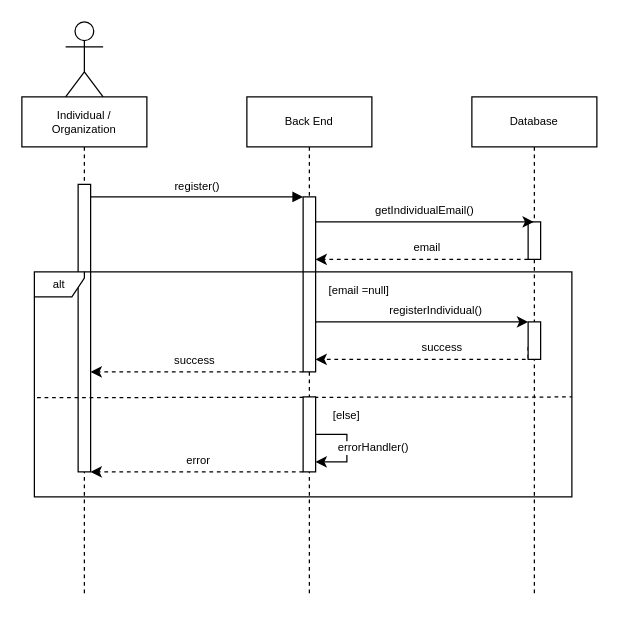
Earlier version of the draw.io diagram page "Register Account" (1 of 11) of diagram/Untitled Diagram.drawio (SeeN-Zero/foundlunteer-diagram). Source tidied: cells renumbered, new cells numbered last; positions are measured from the earlier drawing's top-left corner, leaving out a move shared by most shapes. Both pictures are drawn from the tidied source at 125%, with x=0, y=0 at pixel (21, 21).
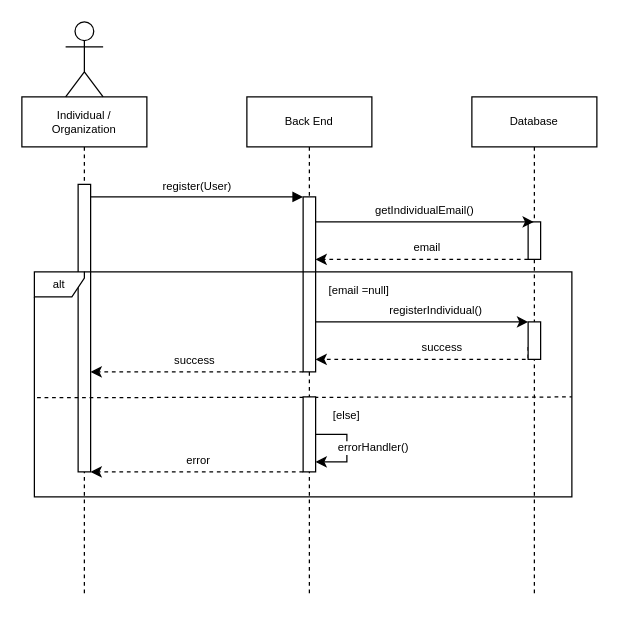
After the change.

Unchanged cells that the change refers to:
```xml
<mxCell id="3" style="html=1;points=[];perimeter=orthogonalPerimeter;outlineConnect=0;targetShapes=umlLifeline;portConstraint=eastwest;newEdgeStyle={&quot;edgeStyle&quot;:&quot;elbowEdgeStyle&quot;,&quot;elbow&quot;:&quot;vertical&quot;,&quot;curved&quot;:0,&quot;rounded&quot;:0};fontSize=9;" parent="2" vertex="1">
  <mxGeometry x="45" y="70" width="10" height="230" as="geometry" />
</mxCell>
<mxCell id="5" style="html=1;points=[];perimeter=orthogonalPerimeter;outlineConnect=0;targetShapes=umlLifeline;portConstraint=eastwest;newEdgeStyle={&quot;edgeStyle&quot;:&quot;elbowEdgeStyle&quot;,&quot;elbow&quot;:&quot;vertical&quot;,&quot;curved&quot;:0,&quot;rounded&quot;:0};fontSize=9;" parent="4" vertex="1">
  <mxGeometry x="45" y="80" width="10" height="140" as="geometry" />
</mxCell>
```

Change to the diagram source:
```diff
@@
-    <mxCell id="6" value="register()" style="html=1;verticalAlign=bottom;endArrow=block;edgeStyle=elbowEdgeStyle;elbow=vertical;curved=0;rounded=0;fontSize=9;" parent="1" edge="1" source="3" target="5">
+    <mxCell id="6" value="register(User)" style="html=1;verticalAlign=bottom;endArrow=block;edgeStyle=elbowEdgeStyle;elbow=vertical;curved=0;rounded=0;fontSize=9;" parent="1" edge="1" source="3" target="5">
       <mxGeometry relative="1" as="geometry">
         <Array as="points">
           <mxPoint x="140" y="140" />
         </Array>
       </mxGeometry>
     </mxCell>
```
